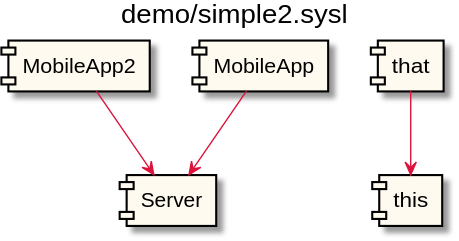
Earlier version of the PlantUML export docs/integration.svg (anz-bank/sysl-catalog).
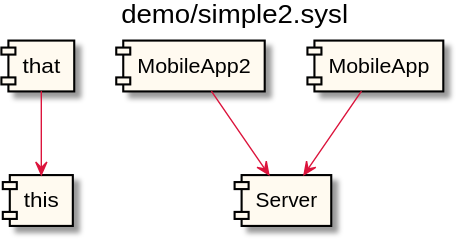
The same diagram one commit later.

The edit, as a diff of the source:
```diff
@@ -9,12 +9,12 @@
   BorderColor Black
   ArrowColor Crimson
 }
-[MobileApp2] as _0 <<highlight>>
-[Server] as _1 <<highlight>>
+[that] as _0 <<highlight>>
+[this] as _1 <<highlight>>
 _0 --> _1
-[that] as _2 <<highlight>>
-[this] as _3 <<highlight>>
+[MobileApp2] as _2 <<highlight>>
+[Server] as _3 <<highlight>>
 _2 --> _3
 [MobileApp] as _4 <<highlight>>
-_4 --> _1
+_4 --> _3
 @enduml
```
